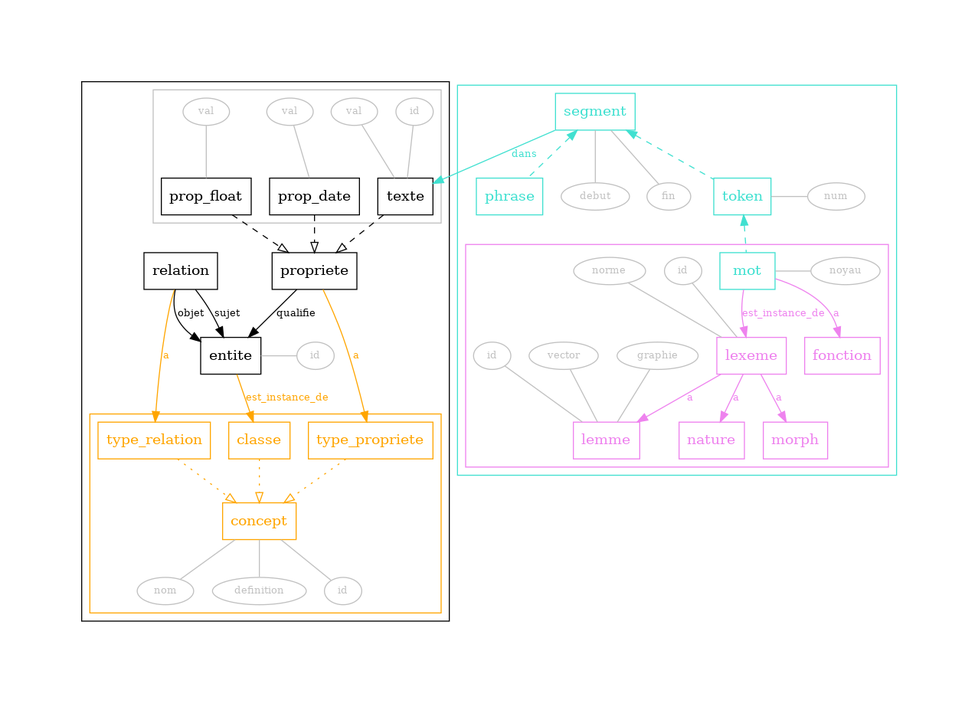
thjbdvlt/litteralement keeps this Graphviz diagram as diagram/diagram.dot.png. Above is the earlier version. Its source is kept beside it as diagram/diagram.dot.
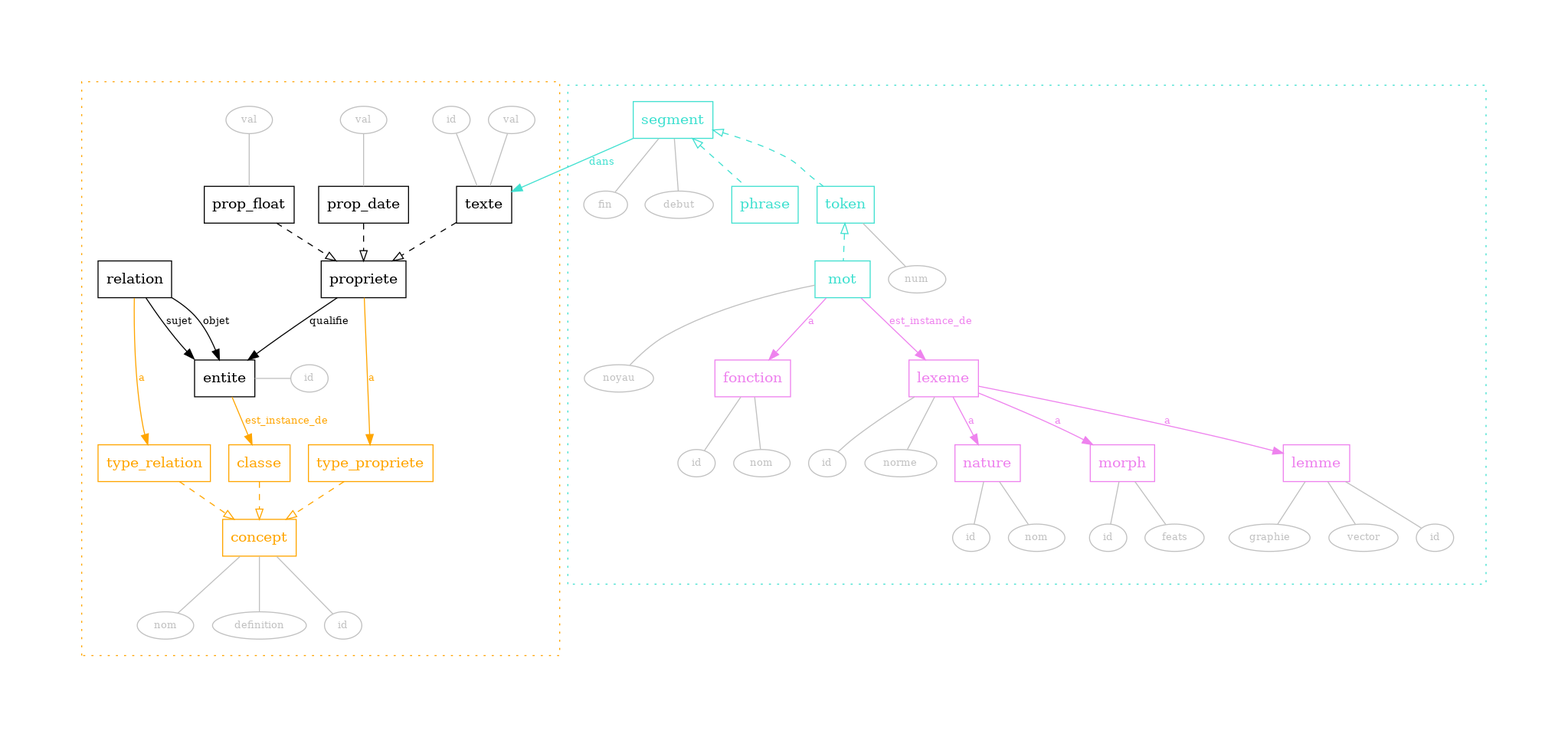
Above is the later version.

Commit message:
clusters NLP/EAV + subclusters (3-4 lvl)

The edit, as a diff of the source:
```diff
@@ -2,10 +2,12 @@
     pad=1
 
     subgraph cluster_eav {
-        color=black
+        style=dotted
+        color=orange
 
         subgraph cluster_onto {
-            color=orange
+            color=none
+            style=dotted
 
             concept [color=orange fontcolor=orange shape=box]
             type_propriete [shape=box color=orange fontcolor=orange]
@@ -16,9 +18,9 @@
             concept_definition [label=definition fontsize=10 width=0.2 height=0.2 color=grey fontcolor=grey]
             concept_id [label=id fontsize=10 width=0.2 height=0.2 color=grey fontcolor=grey]
 
-            type_relation -> concept [style=dotted arrowhead=empty color=orange]
-            type_propriete -> concept [style=dotted arrowhead=empty color=orange]
-            classe -> concept [style=dotted arrowhead=empty color=orange]
+            type_relation -> concept [style=dashed arrowhead=empty color=orange]
+            type_propriete -> concept [style=dashed arrowhead=empty color=orange]
+            classe -> concept [style=dashed arrowhead=empty color=orange]
 
             concept -> concept_nom [dir=none color=grey]
             concept -> concept_definition [dir=none color=grey]
@@ -26,103 +28,152 @@
         }
 
 
-        entite [shape=box color=black fontcolor=black]
-        propriete [shape=box color=black fontcolor=black]
-        relation [shape=box color=black fontcolor=black]
+        subgraph cluster_propriete {
+            style=dotted
+            color=none
+            propriete [shape=box color=black fontcolor=black]
 
-        texte [shape=box color=black fontcolor=black]
-        prop_float [shape=box color=black fontcolor=black]
-        prop_date [shape=box color=black fontcolor=black]
-        entite_id [label=id fontsize=10 width=0.2 height=0.2 color=grey fontcolor=grey]
-        prop_float_val [label=val width=0.2 height=0.2 fontsize=10 color=grey fontcolor=grey]
-        prop_date_val [label=val width=0.2 height=0.2 fontsize=10 color=grey fontcolor=grey]
-        texte_val [label=val width=0.2 height=0.2 fontsize=10 color=grey fontcolor=grey]
-        texte_id [label=id width=0.2 height=0.2 fontsize=10 color=grey fontcolor=grey]
+            subgraph cluster_texte {
+                style=dotted
+                color=none
+                texte [shape=box color=black fontcolor=black]
+                texte_val [label=val width=0.2 height=0.2 fontsize=10 color=grey fontcolor=grey]
+                texte_id [label=id width=0.2 height=0.2 fontsize=10 color=grey fontcolor=grey]
+                texte_val -> texte [color=grey dir=none]
+                texte_id -> texte [color=grey dir=none]
+            }
 
+            subgraph cluster_date {
+                style=dotted
+                color=none
+                prop_date [shape=box color=black fontcolor=black]
+                prop_date_val [label=val width=0.2 height=0.2 fontsize=10 color=grey fontcolor=grey]
+                prop_date_val -> prop_date [color=grey dir=none]
+            }
+
+            subgraph cluster_float {
+                style=dotted
+                color=none
+                prop_float [shape=box color=black fontcolor=black]
+                prop_float_val [label=val width=0.2 height=0.2 fontsize=10 color=grey fontcolor=grey]
+
+                {rank=same; prop_date; prop_float; texte}
+                prop_float_val -> prop_float [color=grey dir=none]
+            }
+            prop_date -> propriete [style=dashed arrowhead=empty color=black]
+            texte -> propriete [style=dashed arrowhead=empty color=black]
+            prop_float -> propriete [style=dashed arrowhead=empty color=black]
+        }
+
+        subgraph cluster_entity_relation {
+            style=dotted
+            color=none
+            relation [shape=box color=black fontcolor=black]
+
+            subgraph cluster_ent {
+                entite [shape=box color=black fontcolor=black]
+                entite_id [label=id fontsize=10 width=0.2 height=0.2 color=grey fontcolor=grey]
+                entite -> entite_id [dir=none color=grey]
+            }
+
+            relation -> entite:nw [label=sujet color=black fontcolor=black fontsize=10]
+            relation -> entite [label=objet color=black fontcolor=black fontsize=10]
+        }
+
+        {rank=same; entite; entite_id}
         entite -> classe [label=est_instance_de color=orange fontcolor=orange fontsize=10]
         relation -> type_relation [label=a color=orange fontcolor=orange fontsize=10]
         propriete -> type_propriete [label=a color=orange fontcolor=orange fontsize=10]
-        relation -> entite [label=sujet color=black fontcolor=black fontsize=10]
-        relation -> entite [label=objet color=black fontcolor=black fontsize=10]
         propriete -> entite [label=qualifie color=black fontcolor=black fontsize=10]
-        texte -> propriete [style=dashed arrowhead=empty color=black]
-        prop_float -> propriete [style=dashed arrowhead=empty color=black]
-        prop_date -> propriete [style=dashed arrowhead=empty color=black]
-
-
-        {rank=same; entite; entite_id}
-        entite -> entite_id [dir=none color=grey]
-
-        subgraph cluster_prop {
-            color=grey
-
-            {rank=same; prop_date; prop_float; texte}
-            prop_float_val -> prop_float [color=grey dir=none]
-            prop_date_val -> prop_date [color=grey dir=none]
-            texte_val -> texte [color=grey dir=none]
-            texte_id -> texte [color=grey dir=none]
-        }
-
-}
+    }
 
 
     subgraph cluster_nlp {
         color=turquoise
+        style=dotted
 
-        token [shape=box color=turquoise fontcolor=turquoise]
-        segment [shape=box color=turquoise fontcolor=turquoise]
         phrase [shape=box color=turquoise fontcolor=turquoise]
 
-        segment_debut [label=debut fontsize=10 width=0.2 height=0.2 color=grey fontcolor=grey]
-        segment_fin [label=fin fontsize=10 width=0.2 height=0.2 color=grey fontcolor=grey]
-        token_num [label=num fontsize=10 width=0.2 height=0.2 color=grey fontcolor=grey]
+        segment -> phrase [style=dashed dir=back color=turquoise arrowhead=empty arrowtail=empty]
 
-        segment -> texte [label=dans color=turquoise fontcolor=turquoise fontsize=10]
+        subgraph cluster_seg {
+            color=none
+            segment [shape=box color=turquoise fontcolor=turquoise]
+            segment -> texte [label=dans color=turquoise fontcolor=turquoise fontsize=10]
+            segment_debut [label=debut fontsize=10 width=0.2 height=0.2 color=grey fontcolor=grey]
+            segment_fin [label=fin fontsize=10 width=0.2 height=0.2 color=grey fontcolor=grey]
+            segment -> segment_fin [dir=none color=grey]
+            segment -> segment_debut [dir=none color=grey]
+        }
 
-        segment -> segment_fin [dir=none color=grey]
-        segment -> segment_debut [dir=none color=grey]
-        {rank=same; token_num; token}
-        token -> token_num [dir=none color=grey]
-
-        segment -> phrase [style=dashed dir=back color=turquoise]
-        segment -> token [style=dashed dir=back color=turquoise]
-
-        token -> mot [style=dashed dir=back color=turquoise]
+        subgraph cluster_token {
+            color=none
+            token [shape=box color=turquoise fontcolor=turquoise]
+            token_num [label=num fontsize=10 width=0.2 height=0.2 color=grey fontcolor=grey]
+            token -> token_num [dir=none color=grey]
+            token -> mot [style=dashed dir=back color=turquoise arrowtail=empty]
+            segment -> token [style=dashed dir=back color=turquoise arrowtail=empty]
+        }
 
         subgraph cluster_mot {
-            color=violet
-
-            {rank=same; mot; mot_noyau}
-            mot_noyau [label=noyau fontsize=10 width=0.2 height=0.2 color=grey fontcolor=grey]
-            mot -> mot_noyau [dir=none color=grey]
+            color=none
 
             mot [shape=box color=turquoise fontcolor=turquoise]
 
+            mot -> fonction [label=a color=violet fontcolor=violet fontsize=10]
+            mot_noyau [label=noyau fontsize=10 width=0.2 height=0.2 color=grey fontcolor=grey]
+            mot -> mot_noyau [dir=none color=grey]
             mot -> lexeme [label=est_instance_de color=violet fontcolor=violet fontsize=10]
-            mot -> fonction [label=a color=violet fontcolor=violet fontsize=10]
 
-            lexeme [shape=box color=violet fontcolor=violet]
-            lemme [shape=box color=violet fontcolor=violet]
-            fonction [shape=box color=violet fontcolor=violet]
-            nature [shape=box color=violet fontcolor=violet]
-            morph [shape=box color=violet fontcolor=violet]
+            subgraph cluster_lexeme {
+                color=none
 
-            lexeme_id [label=id fontsize=10 width=0.2 height=0.2 color=grey fontcolor=grey]
-            lexeme_norme [label=norme fontsize=10 width=0.2 height=0.2 color=grey fontcolor=grey]
-            lemme_id [label=id fontsize=10 width=0.2 height=0.2 color=grey fontcolor=grey]
-            lemme_graphie [label=graphie fontsize=10 width=0.2 height=0.2 color=grey fontcolor=grey]
-            lemme_vec [label=vector fontsize=10 width=0.2 height=0.2 color=grey fontcolor=grey]
+                lexeme [shape=box color=violet fontcolor=violet]
 
-            lexeme_id -> lexeme [dir=none color=grey]
-            lexeme_norme -> lexeme [dir=none color=grey]
-            lemme_id -> lemme [dir=none color=grey]
-            lemme_graphie -> lemme [dir=none color=grey]
-            lemme_vec -> lemme [dir=none color=grey]
-            lexeme -> nature [label=a color=violet fontcolor=violet fontsize=10]
-            lexeme -> morph [label=a color=violet fontcolor=violet fontsize=10]
-            lexeme -> lemme [label=a color=violet fontcolor=violet fontsize=10]
+                subgraph cluster_nature {
+                    nature [shape=box color=violet fontcolor=violet]
+                    nature_id [label=id fontsize=10 width=0.2 height=0.2 color=grey fontcolor=grey]
+                    nature_nom [label=nom fontsize=10 width=0.2 height=0.2 color=grey fontcolor=grey]
+                    nature -> nature_nom [dir=none color=grey]
+                    nature -> nature_id [dir=none color=grey]
+                }
+
+                subgraph cluster_fonction {
+                    fonction [shape=box color=violet fontcolor=violet]
+                    fonction_id [label=id fontsize=10 width=0.2 height=0.2 color=grey fontcolor=grey]
+                    fonction_nom [label=nom fontsize=10 width=0.2 height=0.2 color=grey fontcolor=grey]
+                    fonction -> fonction_id [dir=none color=grey]
+                    fonction -> fonction_nom [dir=none color=grey]
+                }
+
+                subgraph cluster_morph {
+                    morph [shape=box color=violet fontcolor=violet]
+                    morph_id [label=id fontsize=10 width=0.2 height=0.2 color=grey fontcolor=grey]
+                    morph_feats [label=feats fontsize=10 width=0.2 height=0.2 color=grey fontcolor=grey]
+                    morph -> morph_id [dir=none color=grey]
+                    morph -> morph_feats [dir=none color=grey]
+                }
+
+                subgraph cluster_lemme {
+                    lemme [shape=box color=violet fontcolor=violet]
+                    lemme_id [label=id fontsize=10 width=0.2 height=0.2 color=grey fontcolor=grey]
+                    lemme_graphie [label=graphie fontsize=10 width=0.2 height=0.2 color=grey fontcolor=grey]
+                    lemme -> lemme_id [dir=none color=grey]
+                    lemme -> lemme_graphie [dir=none color=grey]
+                    lemme -> lemme_vec [dir=none color=grey]
+                    lemme_vec [label=vector fontsize=10 width=0.2 height=0.2 color=grey fontcolor=grey]
+                }
+
+                lexeme -> nature [label=a color=violet fontcolor=violet fontsize=10]
+                lexeme -> morph [label=a color=violet fontcolor=violet fontsize=10]
+                lexeme -> lemme [label=a color=violet fontcolor=violet fontsize=10]
+
+                lexeme_id [label=id fontsize=10 width=0.2 height=0.2 color=grey fontcolor=grey]
+                lexeme_norme [label=norme fontsize=10 width=0.2 height=0.2 color=grey fontcolor=grey]
+                lexeme -> lexeme_id [dir=none color=grey]
+                lexeme -> lexeme_norme [dir=none color=grey]
+
+            }
         }
-
     }
-
 }
```
